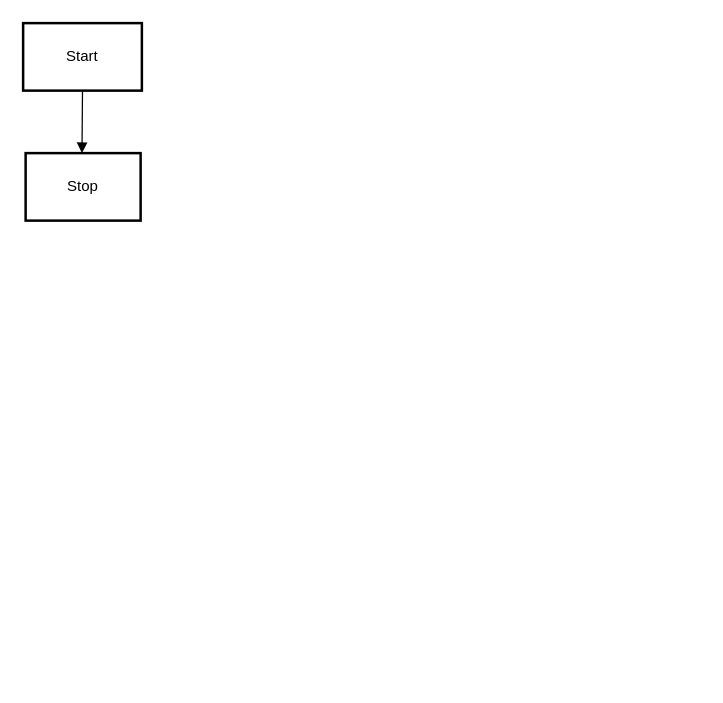
Before: 未命名绘图.drawio in Bing-Chan/Bing-Chan, a draw.io diagram. Source tidied: cells renumbered, new cells numbered last; positions are measured from the earlier drawing's top-left corner, leaving out a move shared by most shapes. Both pictures are drawn from the tidied source at 125%, with x=0, y=0 at pixel (22, 22).
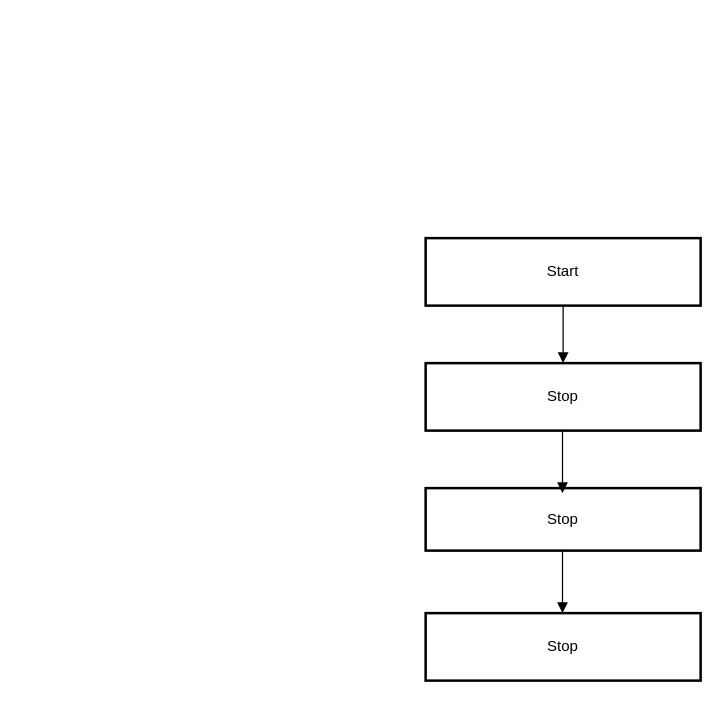
The same page after the edit.

Commit message:
无障碍组件引入步骤

The edit, as a diff of the source:
```diff
@@
 <mxGraphModel>
   <root>
     <mxCell id="0" />
     <mxCell id="1" parent="0" />
     <mxCell id="2" value="Start" style="whiteSpace=wrap;strokeWidth=2;" parent="1" vertex="1">
-      <mxGeometry width="95" height="54" as="geometry" />
+      <mxGeometry x="322" y="172" width="220" height="54" as="geometry" />
     </mxCell>
     <mxCell id="3" value="Stop" style="whiteSpace=wrap;strokeWidth=2;" parent="1" vertex="1">
-      <mxGeometry x="2" y="104" width="92" height="54" as="geometry" />
+      <mxGeometry x="322" y="272" width="220" height="54" as="geometry" />
     </mxCell>
-    <mxCell id="4" style="curved=1;startArrow=none;endArrow=block;exitX=0.5;exitY=1;entryX=0.49;entryY=0;" parent="1" edge="1" source="2" target="3">
+    <mxCell id="4" style="curved=1;startArrow=none;endArrow=block;exitX=0.5;exitY=1;entryX=0.5;entryY=0;entryDx=0;entryDy=0;" parent="1" edge="1" source="2" target="3">
       <mxGeometry relative="1" as="geometry" />
     </mxCell>
+    <mxCell id="5" value="Stop" style="whiteSpace=wrap;strokeWidth=2;" parent="1" vertex="1">
+      <mxGeometry x="322" y="372" width="220" height="50" as="geometry" />
+    </mxCell>
+    <mxCell id="6" value="Stop" style="whiteSpace=wrap;strokeWidth=2;" parent="1" vertex="1">
+      <mxGeometry x="322" y="472" width="220" height="54" as="geometry" />
+    </mxCell>
+    <mxCell id="7" style="curved=1;startArrow=none;endArrow=block;entryX=0.5;entryY=0;entryDx=0;entryDy=0;" parent="1" edge="1">
+      <mxGeometry relative="1" as="geometry">
+        <mxPoint x="431.5" y="326" as="sourcePoint" />
+        <mxPoint x="431.5" y="376" as="targetPoint" />
+        <Array as="points">
+          <mxPoint x="431.5" y="356" />
+        </Array>
+      </mxGeometry>
+    </mxCell>
+    <mxCell id="8" style="curved=1;startArrow=none;endArrow=block;entryX=0.5;entryY=0;entryDx=0;entryDy=0;" parent="1" edge="1">
+      <mxGeometry relative="1" as="geometry">
+        <mxPoint x="431.5" y="422" as="sourcePoint" />
+        <mxPoint x="431.5" y="472" as="targetPoint" />
+        <Array as="points">
+          <mxPoint x="431.5" y="452" />
+        </Array>
+      </mxGeometry>
+    </mxCell>
   </root>
 </mxGraphModel>
```
